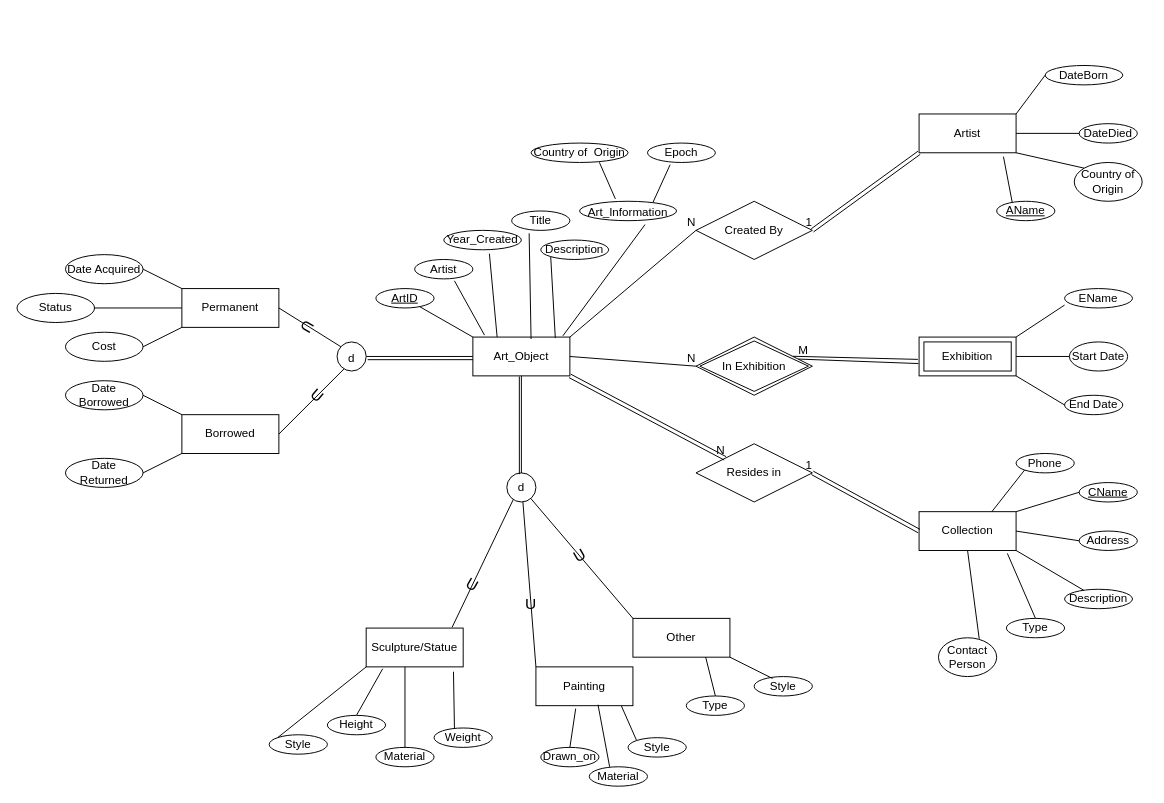
The draw.io diagram database design/eerdMusem.drawio in ENSF-300-F23/museum-project-l02-group-22, before the edit. Source tidied: cells renumbered, new cells numbered last; positions are measured from the earlier drawing's top-left corner, leaving out a move shared by most shapes. Both pictures are drawn from the tidied source at 97%, with x=0, y=0 at pixel (16, 65).
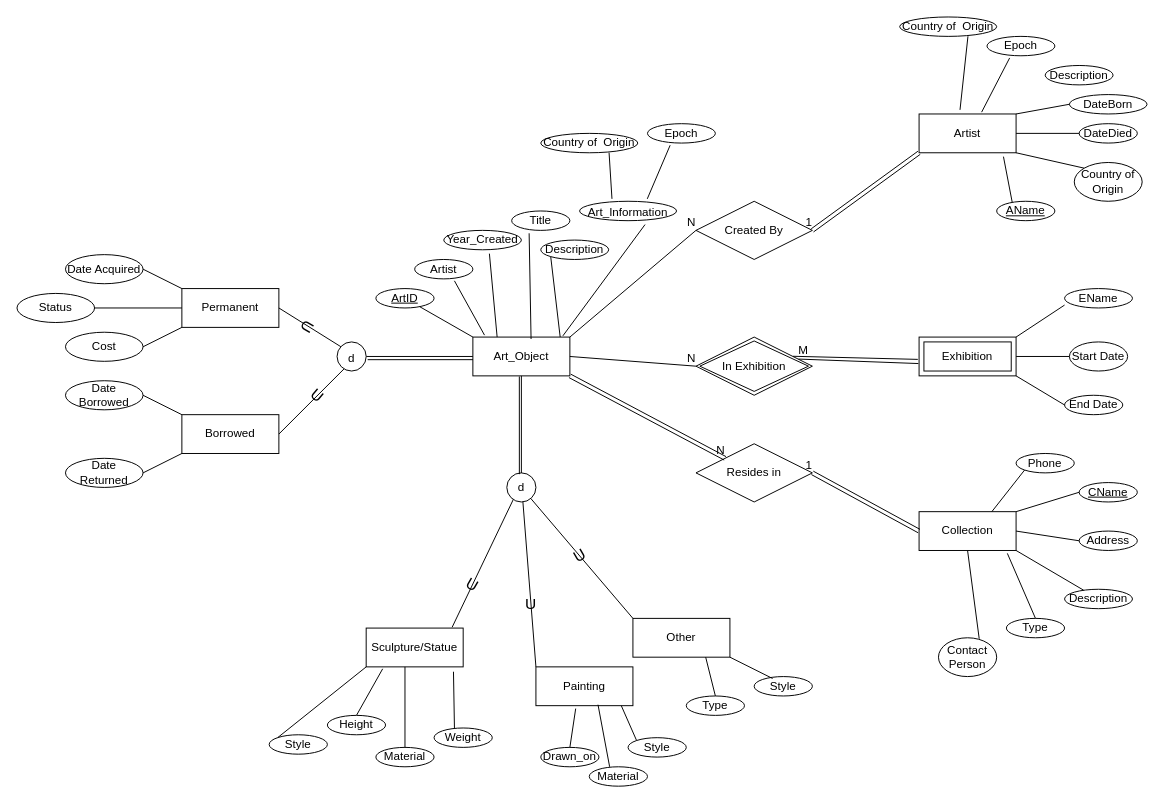
After the change.

Commit message:
Added more attributes to match sql script

The change refers to these unchanged cells:
```xml
<mxCell id="2" value="Art_Object" style="whiteSpace=wrap;html=1;align=center;" parent="1" vertex="1">
  <mxGeometry x="470" y="280" width="100" height="40" as="geometry" />
</mxCell>
<mxCell id="16" value="Description" style="ellipse;whiteSpace=wrap;html=1;align=center;" parent="1" vertex="1">
  <mxGeometry x="540" y="180" width="70" height="20" as="geometry" />
</mxCell>
<mxCell id="33" value="Artist" style="whiteSpace=wrap;html=1;align=center;" parent="1" vertex="1">
  <mxGeometry x="930" y="50" width="100" height="40" as="geometry" />
</mxCell>
<mxCell id="110" value="&lt;span style=&quot;font-size: 12px;&quot;&gt;Art_Information&lt;/span&gt;" style="ellipse;whiteSpace=wrap;html=1;align=center;fontSize=16;" parent="1" vertex="1">
  <mxGeometry x="580" y="140" width="100" height="20" as="geometry" />
</mxCell>
```

Change to the diagram source:
```diff
@@
-    <mxCell id="18" style="endArrow=none;html=1;entryX=0;entryY=1;entryDx=0;entryDy=0;exitX=0.85;exitY=0.025;exitDx=0;exitDy=0;exitPerimeter=0;" parent="1" edge="1" source="2" target="16">
-      <mxGeometry relative="1" as="geometry" />
+    <mxCell id="18" style="endArrow=none;html=1;entryX=0;entryY=1;entryDx=0;entryDy=0;" parent="1" edge="1" target="16">
+      <mxGeometry relative="1" as="geometry">
+        <mxPoint x="560" y="280" as="sourcePoint" />
+      </mxGeometry>
     </mxCell>
@@
     <mxCell id="59" value="DateBorn" style="ellipse;whiteSpace=wrap;html=1;align=center;" parent="1" vertex="1">
-      <mxGeometry x="1060" width="80" height="20" as="geometry" />
+      <mxGeometry x="1085" y="30" width="80" height="20" as="geometry" />
     </mxCell>
@@
     <mxCell id="111" value="Country of&amp;nbsp; Origin" style="ellipse;whiteSpace=wrap;html=1;align=center;fontSize=12;" parent="1" vertex="1">
-      <mxGeometry x="530" y="80" width="100" height="20" as="geometry" />
+      <mxGeometry x="910" y="-50" width="100" height="20" as="geometry" />
     </mxCell>
     <mxCell id="112" value="Epoch" style="ellipse;whiteSpace=wrap;html=1;align=center;fontSize=12;" parent="1" vertex="1">
-      <mxGeometry x="650" y="80" width="70" height="20" as="geometry" />
+      <mxGeometry x="1000" y="-30" width="70" height="20" as="geometry" />
     </mxCell>
-    <mxCell id="113" style="endArrow=none;html=1;fontSize=12;entryX=0.334;entryY=1.112;entryDx=0;entryDy=0;entryPerimeter=0;exitX=0.757;exitY=0.053;exitDx=0;exitDy=0;exitPerimeter=0;" parent="1" edge="1" source="110" target="112">
+    <mxCell id="113" style="endArrow=none;html=1;fontSize=12;entryX=0.334;entryY=1.112;entryDx=0;entryDy=0;entryPerimeter=0;exitX=0.645;exitY=-0.047;exitDx=0;exitDy=0;exitPerimeter=0;" parent="1" edge="1" source="33" target="112">
       <mxGeometry relative="1" as="geometry" />
     </mxCell>
-    <mxCell id="114" style="endArrow=none;html=1;fontSize=12;entryX=0.704;entryY=0.994;entryDx=0;entryDy=0;entryPerimeter=0;exitX=0.369;exitY=-0.124;exitDx=0;exitDy=0;exitPerimeter=0;" parent="1" edge="1" source="110" target="111">
+    <mxCell id="114" style="endArrow=none;html=1;fontSize=12;entryX=0.704;entryY=0.994;entryDx=0;entryDy=0;entryPerimeter=0;exitX=0.422;exitY=-0.106;exitDx=0;exitDy=0;exitPerimeter=0;" parent="1" edge="1" source="33" target="111">
       <mxGeometry relative="1" as="geometry" />
     </mxCell>
+    <mxCell id="115" value="Description" style="ellipse;whiteSpace=wrap;html=1;align=center;" parent="1" vertex="1">
+      <mxGeometry x="1060" width="70" height="20" as="geometry" />
+    </mxCell>
+    <mxCell id="116" value="Country of&amp;nbsp; Origin" style="ellipse;whiteSpace=wrap;html=1;align=center;fontSize=12;" parent="1" vertex="1">
+      <mxGeometry x="540" y="70" width="100" height="20" as="geometry" />
+    </mxCell>
+    <mxCell id="117" value="Epoch" style="ellipse;whiteSpace=wrap;html=1;align=center;fontSize=12;" parent="1" vertex="1">
+      <mxGeometry x="650" y="60" width="70" height="20" as="geometry" />
+    </mxCell>
+    <mxCell id="118" style="endArrow=none;html=1;fontSize=12;entryX=0.334;entryY=1.112;entryDx=0;entryDy=0;entryPerimeter=0;exitX=0.698;exitY=-0.124;exitDx=0;exitDy=0;exitPerimeter=0;" parent="1" edge="1" source="110" target="117">
+      <mxGeometry relative="1" as="geometry" />
+    </mxCell>
+    <mxCell id="119" style="endArrow=none;html=1;fontSize=12;entryX=0.704;entryY=0.994;entryDx=0;entryDy=0;entryPerimeter=0;exitX=0.334;exitY=-0.124;exitDx=0;exitDy=0;exitPerimeter=0;" parent="1" edge="1" source="110" target="116">
+      <mxGeometry relative="1" as="geometry" />
+    </mxCell>
```
